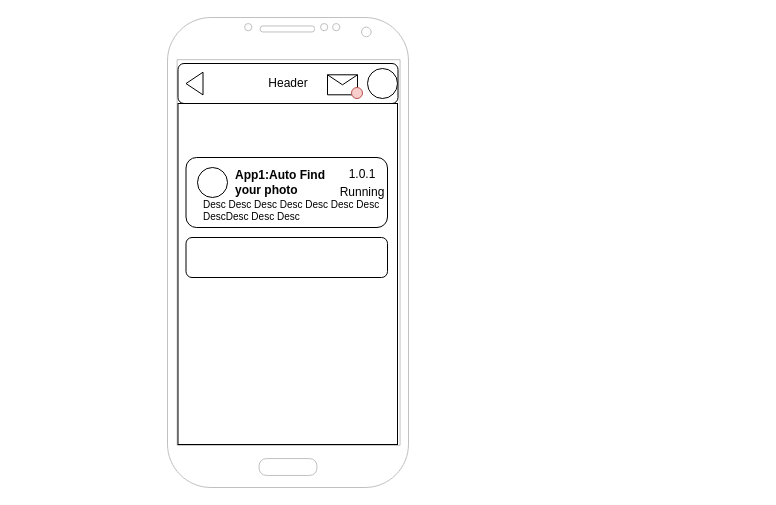
Before: page "dAppList" (17 of 20) of doc/PRD/UI.drawio in buckyos/buckyos, a draw.io diagram. Source tidied: cells renumbered, new cells numbered last; positions are measured from the earlier drawing's top-left corner, leaving out a move shared by most shapes. Both pictures are drawn from the tidied source at 100%, with x=0, y=0 at pixel (167, 17).
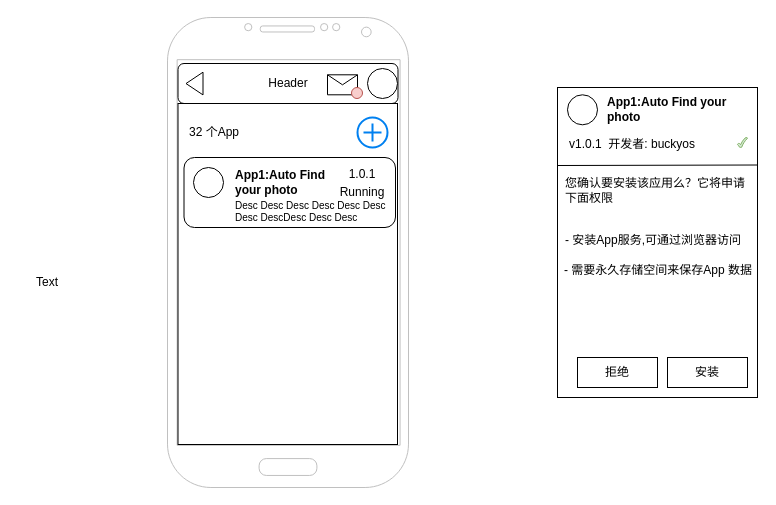
After the change.

The edit, as a diff of the source:
```diff
@@
     <mxCell id="9" style="rounded=1;whiteSpace=wrap;html=1;" parent="1" vertex="1">
-      <mxGeometry x="18.5" y="140" width="201.5" height="70" as="geometry" />
+      <mxGeometry x="16.5" y="140" width="211.5" height="70" as="geometry" />
     </mxCell>
-    <mxCell id="10" style="rounded=1;whiteSpace=wrap;html=1;" parent="1" vertex="1">
-      <mxGeometry x="18.5" y="220" width="201.5" height="40" as="geometry" />
-    </mxCell>
     <mxCell id="11" style="ellipse;whiteSpace=wrap;html=1;" parent="1" vertex="1">
-      <mxGeometry x="30" y="150" width="30" height="30" as="geometry" />
+      <mxGeometry x="26" y="150" width="30" height="30" as="geometry" />
     </mxCell>
@@
     <mxCell id="14" value="Desc Desc Desc Desc&amp;nbsp;&lt;span style=&quot;text-align: center;&quot;&gt;Desc Desc Desc Desc&lt;/span&gt;&lt;span style=&quot;text-align: center;&quot;&gt;Desc Desc Desc&amp;nbsp;&lt;/span&gt;" style="text;html=1;align=left;verticalAlign=middle;whiteSpace=wrap;rounded=0;fontSize=10;" parent="1" vertex="1">
-      <mxGeometry x="34" y="178" width="180" height="30" as="geometry" />
+      <mxGeometry x="65.5" y="180" width="154" height="28" as="geometry" />
     </mxCell>
@@
+    <mxCell id="16" value="Text" style="text;strokeColor=none;align=center;fillColor=none;html=1;verticalAlign=middle;whiteSpace=wrap;rounded=0;" parent="1" vertex="1">
+      <mxGeometry x="-150" y="250" width="60" height="30" as="geometry" />
+    </mxCell>
+    <mxCell id="17" style="html=1;verticalLabelPosition=bottom;align=center;labelBackgroundColor=#ffffff;verticalAlign=top;strokeWidth=2;strokeColor=#0080F0;shadow=0;dashed=0;shape=mxgraph.ios7.icons.add;" parent="1" vertex="1">
+      <mxGeometry x="190" y="100" width="30" height="30" as="geometry" />
+    </mxCell>
+    <mxCell id="18" value="32 个App" style="text;html=1;align=center;verticalAlign=middle;whiteSpace=wrap;rounded=0;" parent="1" vertex="1">
+      <mxGeometry x="16.5" y="100" width="60" height="30" as="geometry" />
+    </mxCell>
+    <mxCell id="19" style="rounded=0;whiteSpace=wrap;html=1;" parent="1" vertex="1">
+      <mxGeometry x="390" y="70" width="200" height="310" as="geometry" />
+    </mxCell>
+    <mxCell id="20" style="ellipse;whiteSpace=wrap;html=1;" parent="1" vertex="1">
+      <mxGeometry x="400" y="77.3" width="30" height="30" as="geometry" />
+    </mxCell>
+    <mxCell id="21" value="&lt;b&gt;App1:Auto Find your photo&lt;/b&gt;" style="text;html=1;align=left;verticalAlign=middle;whiteSpace=wrap;rounded=0;" parent="1" vertex="1">
+      <mxGeometry x="437.8" y="77.3" width="132.2" height="30" as="geometry" />
+    </mxCell>
+    <mxCell id="22" value="&lt;div&gt;&lt;br&gt;&lt;/div&gt;v1.0.1&amp;nbsp; 开发者: buckyos&lt;div&gt;&lt;div&gt;&lt;br&gt;&lt;/div&gt;&lt;/div&gt;" style="text;html=1;align=left;verticalAlign=middle;whiteSpace=wrap;rounded=0;" parent="1" vertex="1">
+      <mxGeometry x="400" y="112" width="140" height="30" as="geometry" />
+    </mxCell>
+    <mxCell id="23" style="endArrow=none;html=1;rounded=0;entryX=1;entryY=0.25;entryDx=0;entryDy=0;" parent="1" edge="1" target="19">
+      <mxGeometry relative="1" as="geometry">
+        <mxPoint x="390" y="148" as="sourcePoint" />
+      </mxGeometry>
+    </mxCell>
+    <mxCell id="24" value="您确认要安装该应用么？它将申请下面权限" style="text;html=1;align=left;verticalAlign=middle;whiteSpace=wrap;rounded=0;" parent="1" vertex="1">
+      <mxGeometry x="396" y="158" width="190" height="30" as="geometry" />
+    </mxCell>
+    <mxCell id="25" value="- 需要永久存储空间来保存App 数据" style="text;html=1;align=center;verticalAlign=middle;whiteSpace=wrap;rounded=0;" parent="1" vertex="1">
+      <mxGeometry x="394" y="238" width="194" height="30" as="geometry" />
+    </mxCell>
+    <mxCell id="26" value="- 安装App服务,可通过浏览器访问" style="text;html=1;align=left;verticalAlign=middle;whiteSpace=wrap;rounded=0;" parent="1" vertex="1">
+      <mxGeometry x="396" y="208" width="194" height="30" as="geometry" />
+    </mxCell>
+    <mxCell id="27" value="安装" style="rounded=0;whiteSpace=wrap;html=1;" parent="1" vertex="1">
+      <mxGeometry x="500" y="340" width="80" height="30" as="geometry" />
+    </mxCell>
+    <mxCell id="28" value="拒绝" style="rounded=0;whiteSpace=wrap;html=1;" parent="1" vertex="1">
+      <mxGeometry x="410" y="340" width="80" height="30" as="geometry" />
+    </mxCell>
+    <mxCell id="29" style="verticalLabelPosition=bottom;verticalAlign=top;html=1;shape=mxgraph.basic.tick;fillColor=#d5e8d4;strokeColor=#82b366;" parent="1" vertex="1">
+      <mxGeometry x="570" y="120" width="10" height="10" as="geometry" />
+    </mxCell>
```
